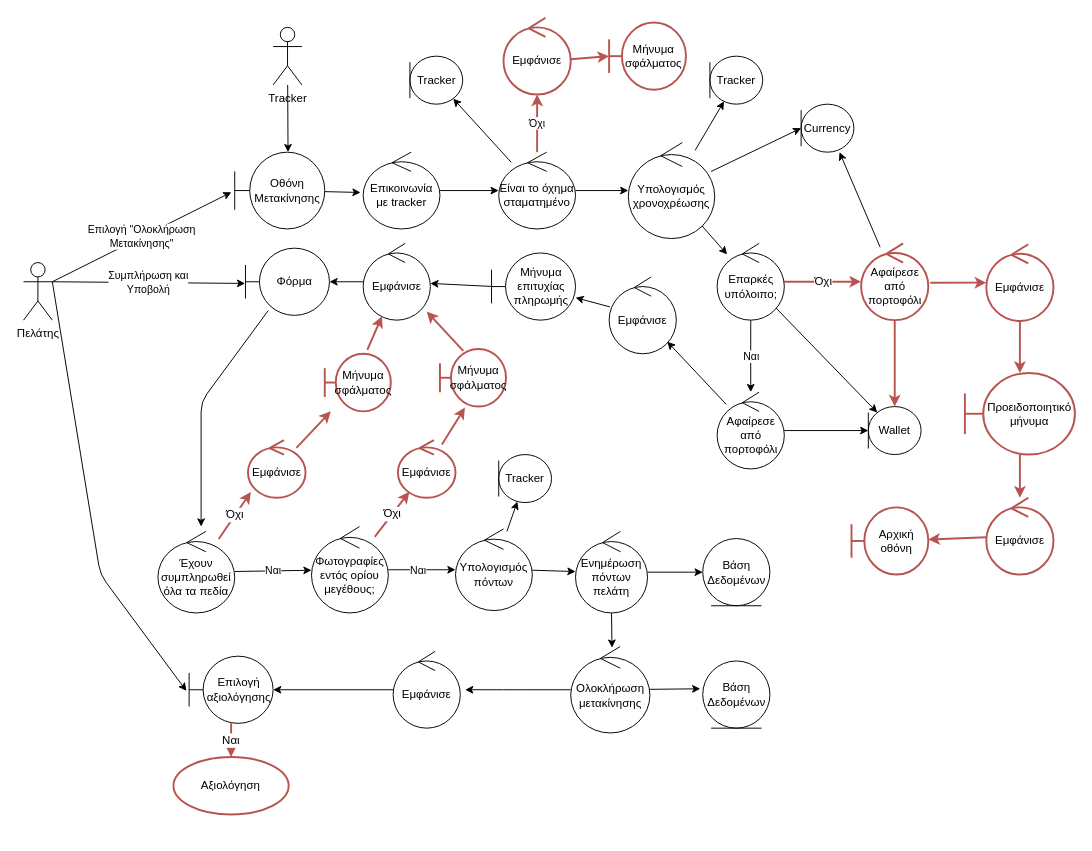
This is Part_2/Robustness/diagrams/03_Ολοκλήρωση_Μετακίνησης.drawio from Nikolis2002/texnoligia_logismikou, a draw.io file, before an edit. Source tidied: cells renumbered, new cells numbered last; positions are measured from the earlier drawing's top-left corner, leaving out a move shared by most shapes. Both pictures are drawn from the tidied source at 96%, with x=0, y=0 at pixel (23, 17).
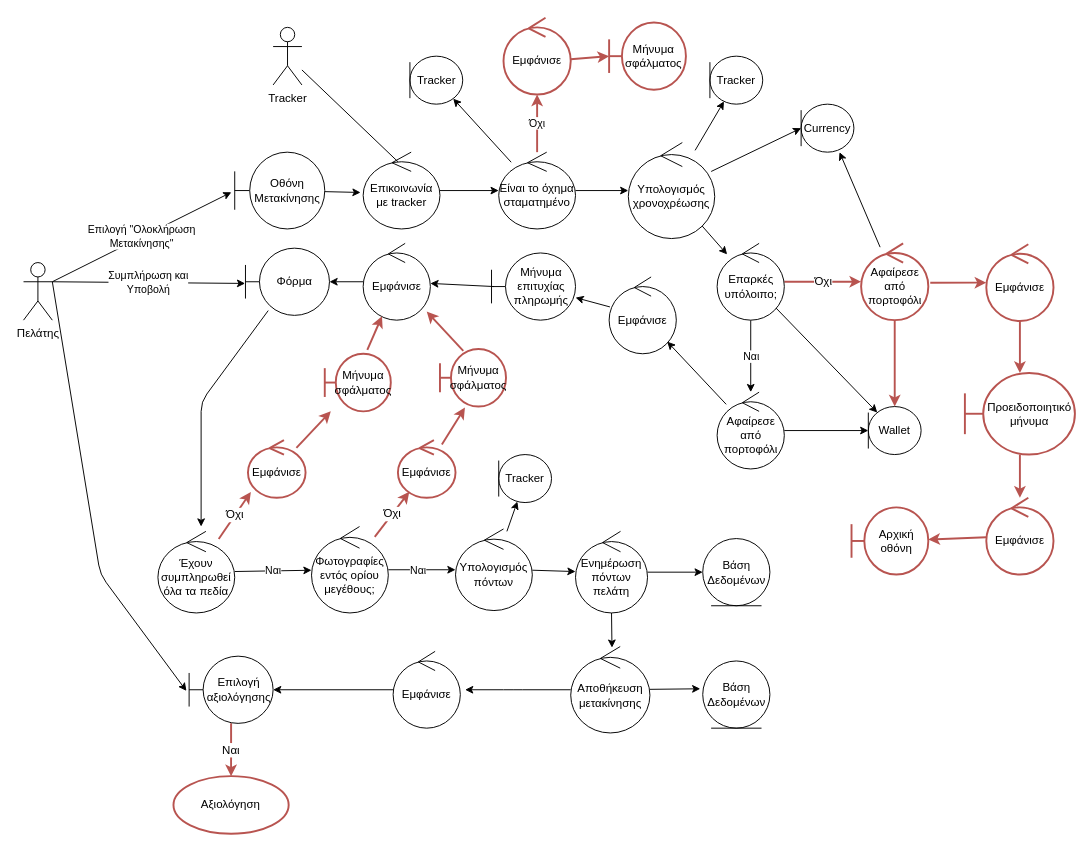
Above is the later version.

The change refers to these unchanged cells:
```xml
<mxCell id="7" value="Οθόνη Μετακίνησης" style="shape=umlBoundary;whiteSpace=wrap;html=1;" parent="1" vertex="1">
  <mxGeometry x="220" y="140" width="93.8" height="80" as="geometry" />
</mxCell>
<mxCell id="9" value="Επικοινωνία με tracker" style="ellipse;shape=umlControl;whiteSpace=wrap;html=1;" parent="1" vertex="1">
  <mxGeometry x="353.8" y="140" width="80" height="80" as="geometry" />
</mxCell>
<mxCell id="11" value="Tracker" style="shape=umlActor;verticalLabelPosition=bottom;verticalAlign=top;html=1;" parent="1" vertex="1">
  <mxGeometry x="260" y="10" width="30" height="60" as="geometry" />
</mxCell>
```

Diff of the diagram source:
```diff
@@
-    <mxCell id="10" style="edgeStyle=none;html=1;entryX=0.592;entryY=0;entryDx=0;entryDy=0;entryPerimeter=0;" parent="1" edge="1" source="11" target="7">
+    <mxCell id="10" style="edgeStyle=none;html=1;entryX=0.453;entryY=0.125;entryDx=0;entryDy=0;entryPerimeter=0;endArrow=none;endFill=0;" parent="1" edge="1" source="11" target="9">
       <mxGeometry relative="1" as="geometry" />
     </mxCell>
@@
     <mxCell id="80" value="Αξιολόγηση" style="ellipse;whiteSpace=wrap;html=1;fillColor=none;strokeColor=#b85450;strokeWidth=2;" parent="1" vertex="1">
-      <mxGeometry x="156.2" y="770" width="120" height="60" as="geometry" />
+      <mxGeometry x="156.2" y="790" width="120" height="60" as="geometry" />
     </mxCell>
@@
-    <mxCell id="83" value="Ολοκλήρωση μετακίνησης" style="ellipse;shape=umlControl;whiteSpace=wrap;html=1;" parent="1" vertex="1">
+    <mxCell id="83" value="Αποθήκευση μετακίνησης" style="ellipse;shape=umlControl;whiteSpace=wrap;html=1;" parent="1" vertex="1">
       <mxGeometry x="570" y="655" width="82.5" height="90" as="geometry" />
     </mxCell>
```
